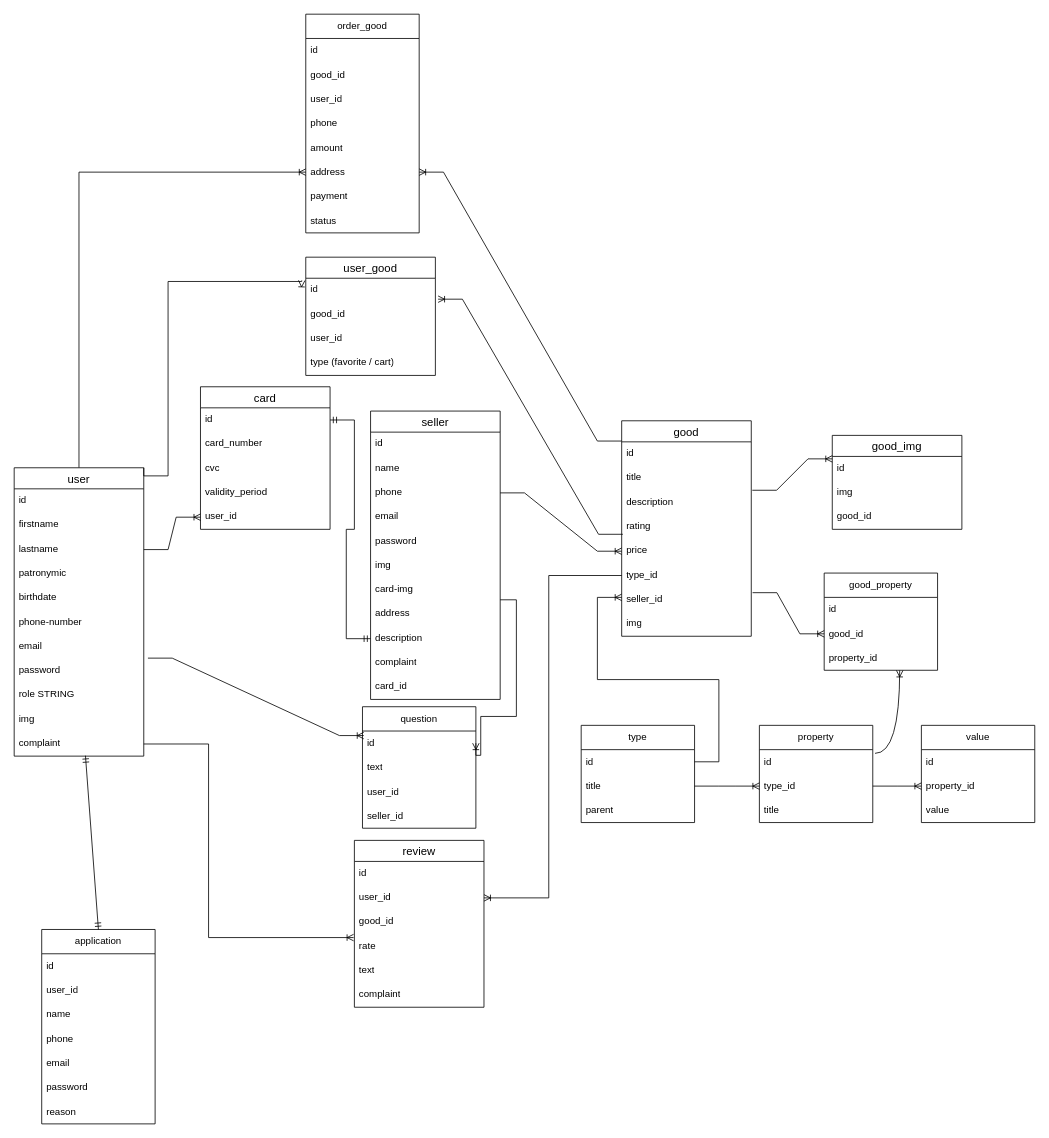
This is database-diagram.drawio from vese1chak/meggaprice-server, a draw.io file, before an edit. Source tidied: cells renumbered, new cells numbered last; positions are measured from the earlier drawing's top-left corner, leaving out a move shared by most shapes. Both pictures are drawn from the tidied source at 81%, with x=0, y=0 at pixel (14, 14).
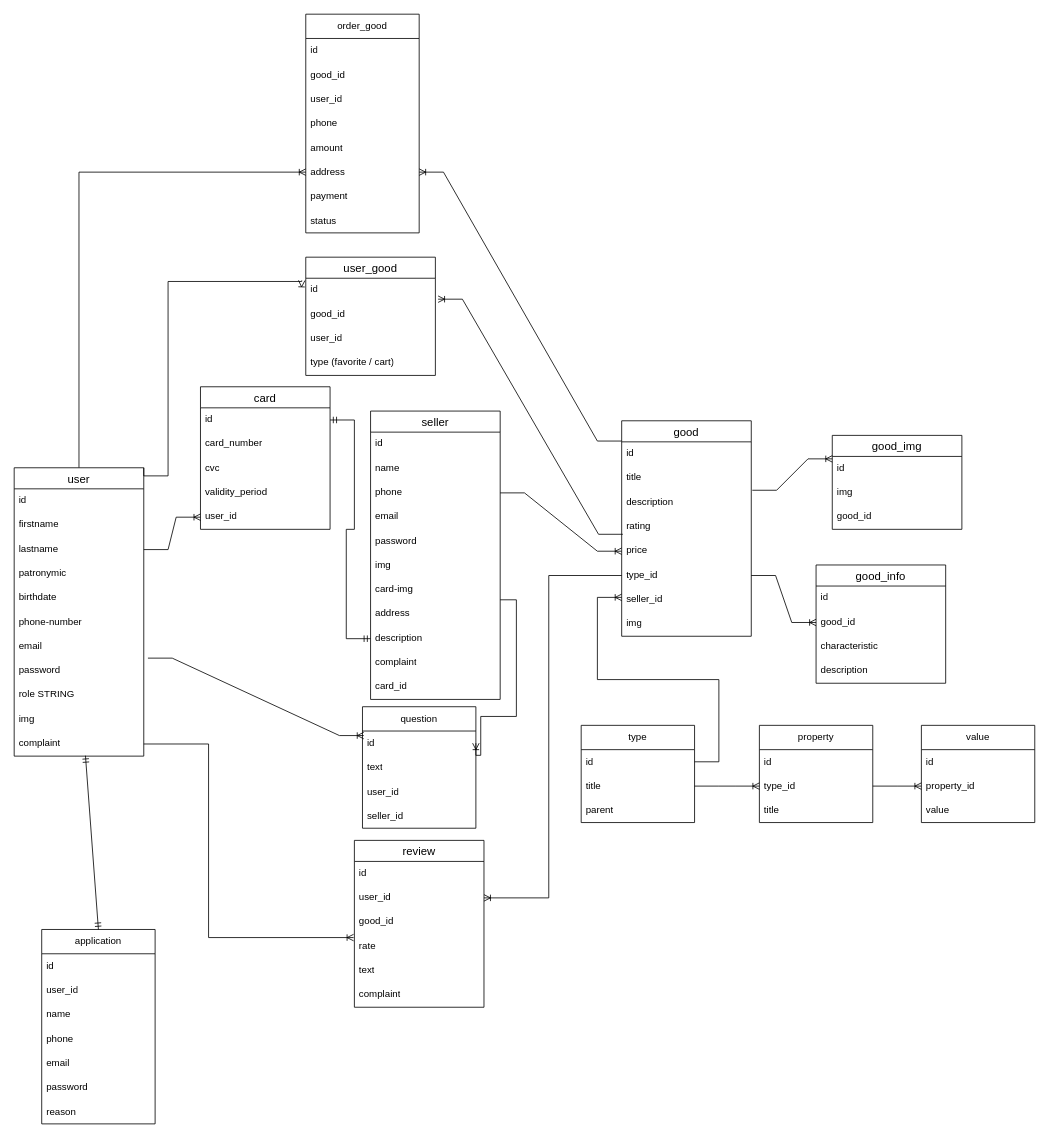
The same diagram, later.

Unchanged cells that the change refers to:
```xml
<mxCell id="21" value="type_id" style="text;strokeColor=none;fillColor=none;spacingLeft=4;spacingRight=4;overflow=hidden;points=[[0,0.5],[1,0.5]];portConstraint=eastwest;fontSize=12;whiteSpace=wrap;html=1;" parent="15" vertex="1">
  <mxGeometry y="176" width="160" height="30" as="geometry" />
</mxCell>
<mxCell id="22" value="seller_id" style="text;strokeColor=none;fillColor=none;spacingLeft=4;spacingRight=4;overflow=hidden;points=[[0,0.5],[1,0.5]];portConstraint=eastwest;fontSize=12;whiteSpace=wrap;html=1;" parent="15" vertex="1">
  <mxGeometry y="206" width="160" height="30" as="geometry" />
</mxCell>
<mxCell id="42" value="id" style="text;strokeColor=none;fillColor=none;align=left;verticalAlign=middle;spacingLeft=4;spacingRight=4;overflow=hidden;points=[[0,0.5],[1,0.5]];portConstraint=eastwest;whiteSpace=wrap;html=1;" parent="41" vertex="1">
  <mxGeometry y="30" width="140" height="30" as="geometry" />
</mxCell>
```

The edit, as a diff of the source:
```diff
@@
-    <mxCell id="107" value="good_property" style="swimlane;fontStyle=0;horizontal=1;startSize=30;whiteSpace=wrap;html=1;" parent="1" vertex="1">
-      <mxGeometry x="1000" y="690" width="140" height="120" as="geometry" />
-    </mxCell>
+    <mxCell id="113" value="good_info" style="swimlane;fontStyle=0;horizontal=1;startSize=26;align=center;fontSize=14;" parent="1" vertex="1">
+      <mxGeometry x="990" y="680" width="160" height="146" as="geometry" />
+    </mxCell>
-    <mxCell id="108" value="id" style="text;strokeColor=none;fillColor=none;align=left;verticalAlign=middle;spacingLeft=4;spacingRight=4;overflow=hidden;whiteSpace=wrap;html=1;" parent="107" vertex="1">
-      <mxGeometry y="30" width="140" height="30" as="geometry" />
+    <mxCell id="108" value="id" style="text;strokeColor=none;fillColor=none;spacingLeft=4;spacingRight=4;overflow=hidden;fontSize=12;whiteSpace=wrap;html=1;" parent="113" vertex="1">
+      <mxGeometry y="26" width="160" height="30" as="geometry" />
     </mxCell>
-    <mxCell id="109" value="good_id" style="text;strokeColor=none;fillColor=none;align=left;verticalAlign=middle;spacingLeft=4;spacingRight=4;overflow=hidden;points=[[0,0.5],[1,0.5]];portConstraint=eastwest;whiteSpace=wrap;html=1;" parent="107" vertex="1">
-      <mxGeometry y="60" width="140" height="30" as="geometry" />
+    <mxCell id="109" value="good_id" style="text;strokeColor=none;fillColor=none;spacingLeft=4;spacingRight=4;overflow=hidden;points=[[0,0.5],[1,0.5]];portConstraint=eastwest;fontSize=12;whiteSpace=wrap;html=1;" parent="113" vertex="1">
+      <mxGeometry y="56" width="160" height="30" as="geometry" />
     </mxCell>
-    <mxCell id="110" value="property_id" style="text;strokeColor=none;fillColor=none;align=left;verticalAlign=middle;spacingLeft=4;spacingRight=4;overflow=hidden;points=[[0,0.5],[1,0.5]];portConstraint=eastwest;whiteSpace=wrap;html=1;" parent="107" vertex="1">
-      <mxGeometry y="90" width="140" height="30" as="geometry" />
-    </mxCell>
-    <mxCell id="111" style="edgeStyle=entityRelationEdgeStyle;fontSize=12;html=1;endArrow=ERoneToMany;rounded=0;exitX=1.01;exitY=0.207;exitDx=0;exitDy=0;exitPerimeter=0;entryX=0;entryY=0.5;entryDx=0;entryDy=0;" parent="1" edge="1" source="22" target="109">
-      <mxGeometry relative="1" as="geometry" />
-    </mxCell>
-    <mxCell id="112" style="edgeStyle=orthogonalEdgeStyle;fontSize=12;html=1;endArrow=ERoneToMany;rounded=0;exitX=1.02;exitY=0.153;exitDx=0;exitDy=0;exitPerimeter=0;curved=1;entryX=0.666;entryY=1.007;entryDx=0;entryDy=0;entryPerimeter=0;" parent="1" edge="1" source="42" target="110">
-      <mxGeometry relative="1" as="geometry" />
-    </mxCell>
+    <mxCell id="114" value="characteristic" style="text;strokeColor=none;fillColor=none;spacingLeft=4;spacingRight=4;overflow=hidden;fontSize=12;whiteSpace=wrap;html=1;" parent="113" vertex="1">
+      <mxGeometry y="86" width="160" height="30" as="geometry" />
+    </mxCell>
+    <mxCell id="115" value="description" style="text;strokeColor=none;fillColor=none;spacingLeft=4;spacingRight=4;overflow=hidden;fontSize=12;whiteSpace=wrap;html=1;" parent="113" vertex="1">
+      <mxGeometry y="116" width="160" height="30" as="geometry" />
+    </mxCell>
+    <mxCell id="116" style="edgeStyle=entityRelationEdgeStyle;fontSize=12;html=1;endArrow=ERoneToMany;rounded=0;exitX=1;exitY=0.5;exitDx=0;exitDy=0;entryX=0;entryY=0.5;entryDx=0;entryDy=0;" parent="1" edge="1" source="21" target="109">
+      <mxGeometry relative="1" as="geometry" />
+    </mxCell>
```
